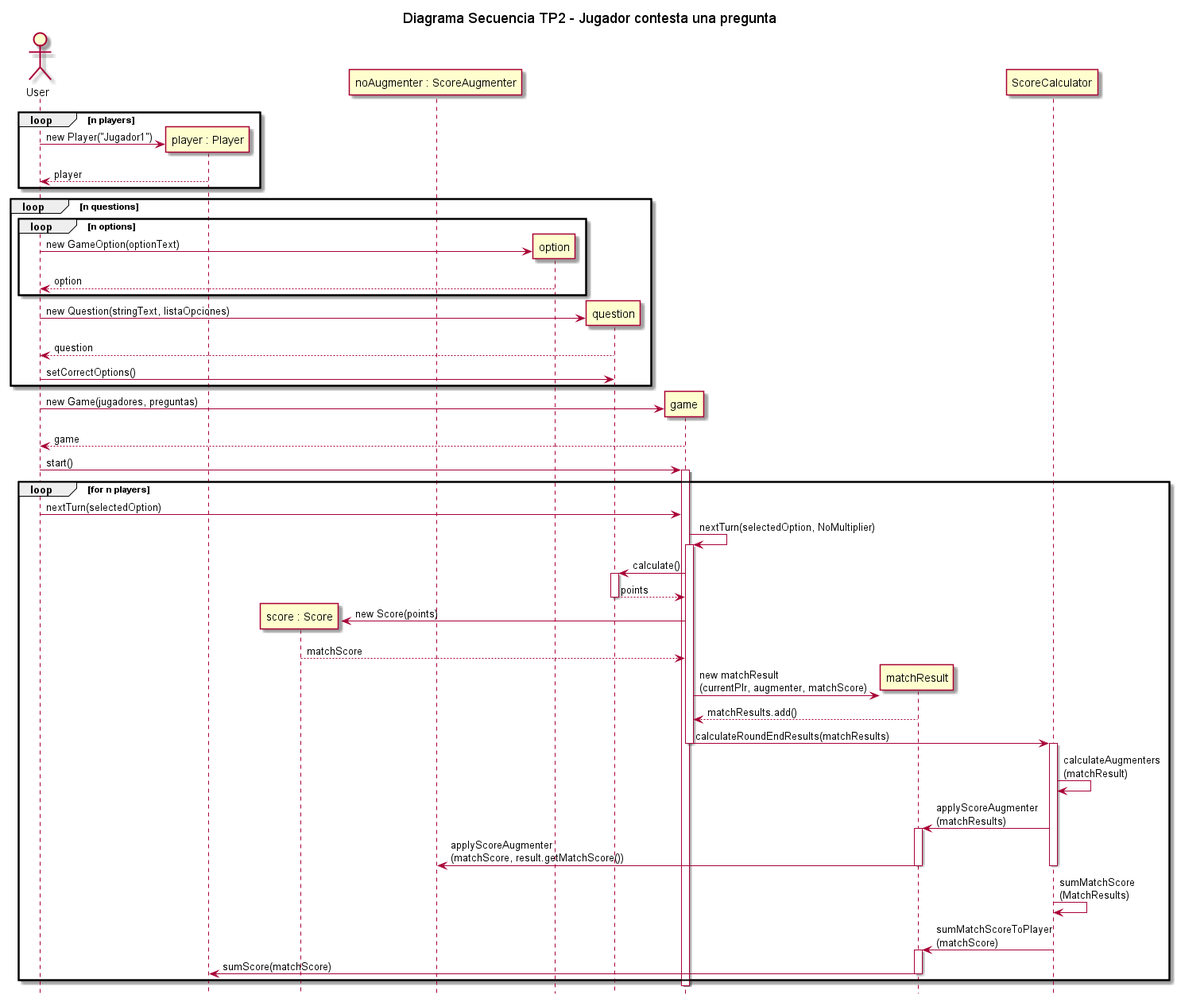
Above: docs/out/DiagramaSecuencia-ConestarPregunta/Diagrama Secuencia TP2 - Jugador contesta una pregunta.png in GEscandar/TP2-Kahoot (PlantUML), before the change.
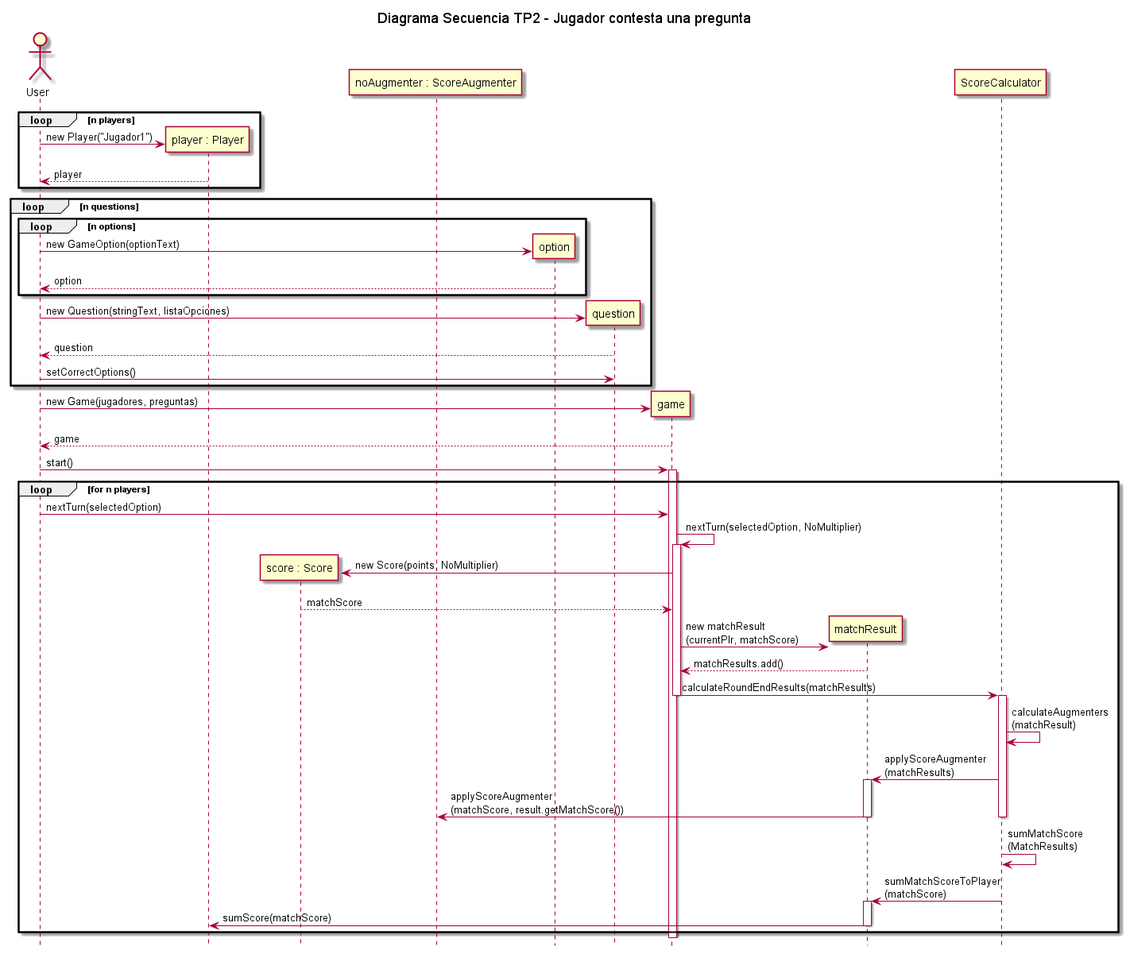
Later version of the same file.

Change to the diagram source:
```diff
@@ -33,15 +33,10 @@
 game-> game : nextTurn(selectedOption, NoMultiplier)
 activate game
 
-game -> question : calculate()
-activate question
-question --> game : points
-deactivate question
-
-game -> score** : new Score(points)
+game -> score** : new Score(points, NoMultiplier)
 score --> game : matchScore
 
-game -> matchResult** : new matchResult\n(currentPlr, augmenter, matchScore)
+game -> matchResult** : new matchResult\n(currentPlr, matchScore)
 matchResult --> game : matchResults.add()
 
 game -> ScoreCalculator : calculateRoundEndResults(matchResults)
```
